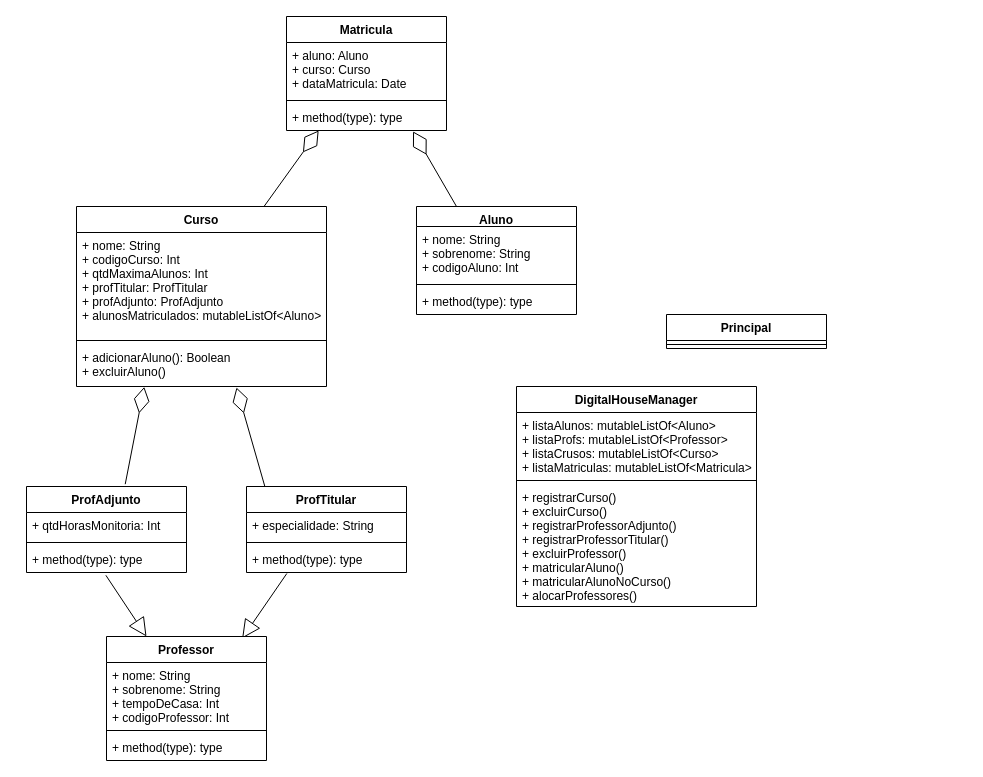
Above: Projeto/UML/UML_ProjetoIntegrador.drawio in angelcomp/Desafio-Integrador-1 (draw.io), before the change. Source tidied: cells renumbered, new cells numbered last; positions are measured from the earlier drawing's top-left corner, leaving out a move shared by most shapes. Both pictures are drawn from the tidied source at 100%, with x=0, y=0 at pixel (26, 16).
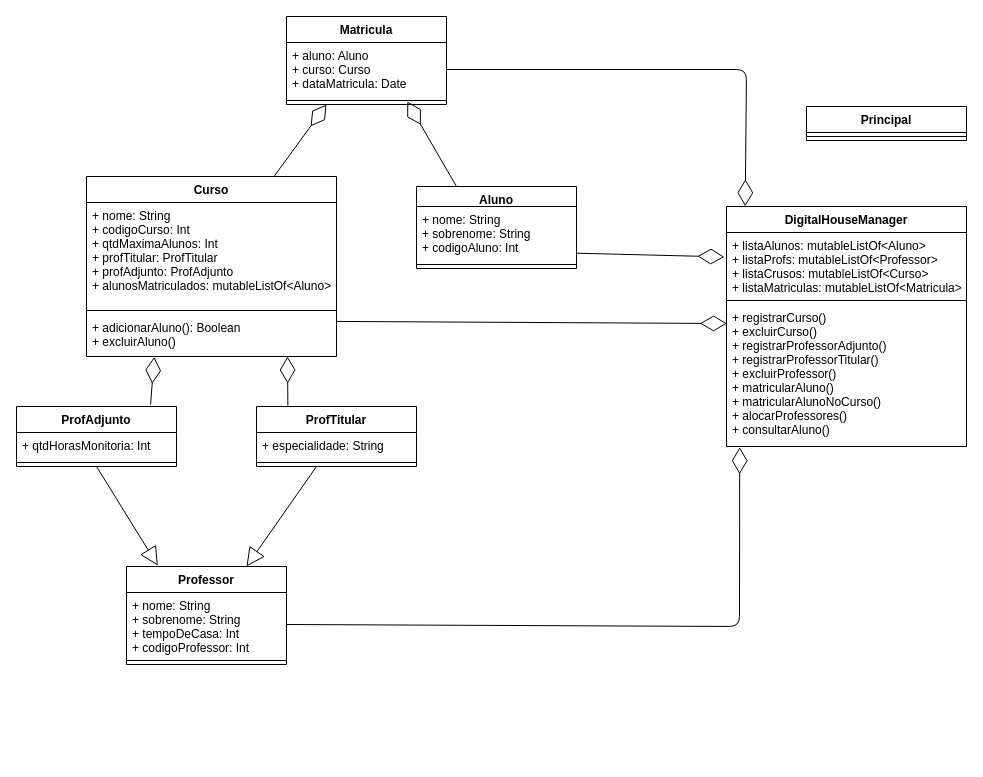
After the change.

Unchanged cells that the change refers to:
```xml
<mxCell id="9" value="+ aluno: Aluno&#10;+ curso: Curso&#10;+ dataMatricula: Date" style="text;strokeColor=none;fillColor=none;align=left;verticalAlign=top;spacingLeft=4;spacingRight=4;overflow=hidden;points=[[0,0.5],[1,0.5]];portConstraint=eastwest;" parent="8" vertex="1">
  <mxGeometry y="26" width="160" height="54" as="geometry" />
</mxCell>
<mxCell id="10" style="line;strokeWidth=1;fillColor=none;align=left;verticalAlign=middle;spacingTop=-1;spacingLeft=3;spacingRight=3;labelPosition=right;points=[];portConstraint=eastwest;" parent="8" vertex="1">
  <mxGeometry y="80" width="160" height="8" as="geometry" />
</mxCell>
<mxCell id="15" value="+ adicionarAluno(): Boolean&#10;+ excluirAluno()" style="text;strokeColor=none;fillColor=none;align=left;verticalAlign=top;spacingLeft=4;spacingRight=4;overflow=hidden;points=[[0,0.5],[1,0.5]];portConstraint=eastwest;" parent="12" vertex="1">
  <mxGeometry y="138" width="250" height="42" as="geometry" />
</mxCell>
<mxCell id="17" value="+ nome: String&#10;+ sobrenome: String&#10;+ codigoAluno: Int" style="text;strokeColor=none;fillColor=none;align=left;verticalAlign=top;spacingLeft=4;spacingRight=4;overflow=hidden;points=[[0,0.5],[1,0.5]];portConstraint=eastwest;" parent="16" vertex="1">
  <mxGeometry y="20" width="160" height="54" as="geometry" />
</mxCell>
<mxCell id="29" value="+ listaAlunos: mutableListOf&lt;Aluno&gt;&#10;+ listaProfs: mutableListOf&lt;Professor&gt;&#10;+ listaCrusos: mutableListOf&lt;Curso&gt;&#10;+ listaMatriculas: mutableListOf&lt;Matricula&gt;" style="text;strokeColor=none;fillColor=none;align=left;verticalAlign=top;spacingLeft=4;spacingRight=4;overflow=hidden;points=[[0,0.5],[1,0.5]];portConstraint=eastwest;" parent="28" vertex="1">
  <mxGeometry y="26" width="240" height="64" as="geometry" />
</mxCell>
<mxCell id="35" value="+ nome: String&#10;+ sobrenome: String&#10;+ tempoDeCasa: Int&#10;+ codigoProfessor: Int" style="text;strokeColor=none;fillColor=none;align=left;verticalAlign=top;spacingLeft=4;spacingRight=4;overflow=hidden;points=[[0,0.5],[1,0.5]];portConstraint=eastwest;" parent="34" vertex="1">
  <mxGeometry y="26" width="160" height="64" as="geometry" />
</mxCell>
```

What changed in the source:
```diff
@@
-    <mxCell id="2" style="endArrow=block;endSize=16;endFill=0;html=1;exitX=0.252;exitY=1.039;exitDx=0;exitDy=0;exitPerimeter=0;entryX=0.848;entryY=0.015;entryDx=0;entryDy=0;entryPerimeter=0;" parent="1" edge="1" source="27" target="34">
-      <mxGeometry relative="1" as="geometry" />
+    <mxCell id="2" style="endArrow=block;endSize=16;endFill=0;html=1;entryX=0.75;entryY=0;entryDx=0;entryDy=0;" parent="1" edge="1" target="34">
+      <mxGeometry relative="1" as="geometry">
+        <mxPoint x="290" y="450" as="sourcePoint" />
+      </mxGeometry>
     </mxCell>
-    <mxCell id="3" style="endArrow=diamondThin;endFill=0;endSize=24;html=1;entryX=0.791;entryY=1.035;entryDx=0;entryDy=0;entryPerimeter=0;exitX=0.25;exitY=0;exitDx=0;exitDy=0;" parent="1" edge="1" source="16" target="11">
+    <mxCell id="3" style="endArrow=diamondThin;endFill=0;endSize=24;html=1;entryX=0.755;entryY=0.625;entryDx=0;entryDy=0;entryPerimeter=0;exitX=0.25;exitY=0;exitDx=0;exitDy=0;" parent="1" edge="1" source="16" target="10">
       <mxGeometry relative="1" as="geometry" />
     </mxCell>
-    <mxCell id="4" style="endArrow=diamondThin;endFill=0;endSize=24;html=1;entryX=0.201;entryY=1;entryDx=0;entryDy=0;entryPerimeter=0;exitX=0.75;exitY=0;exitDx=0;exitDy=0;" parent="1" edge="1" source="12" target="11">
+    <mxCell id="4" style="endArrow=diamondThin;endFill=0;endSize=24;html=1;entryX=0.25;entryY=1;entryDx=0;entryDy=0;exitX=0.75;exitY=0;exitDx=0;exitDy=0;" parent="1" edge="1" source="12" target="8">
       <mxGeometry relative="1" as="geometry" />
     </mxCell>
-    <mxCell id="5" style="endArrow=block;endSize=16;endFill=0;html=1;entryX=0.25;entryY=0;entryDx=0;entryDy=0;exitX=0.496;exitY=1.108;exitDx=0;exitDy=0;exitPerimeter=0;" parent="1" edge="1" source="23" target="34">
+    <mxCell id="5" style="endArrow=block;endSize=16;endFill=0;html=1;entryX=0.196;entryY=-0.009;entryDx=0;entryDy=0;exitX=0.5;exitY=1;exitDx=0;exitDy=0;entryPerimeter=0;" parent="1" edge="1" source="20" target="34">
       <mxGeometry relative="1" as="geometry" />
     </mxCell>
-    <mxCell id="6" style="endArrow=diamondThin;endFill=0;endSize=24;html=1;exitX=0.117;exitY=0.015;exitDx=0;exitDy=0;exitPerimeter=0;" parent="1" edge="1" source="24">
+    <mxCell id="6" style="endArrow=diamondThin;endFill=0;endSize=24;html=1;exitX=0.196;exitY=-0.013;exitDx=0;exitDy=0;exitPerimeter=0;" parent="1" edge="1" source="24">
       <mxGeometry relative="1" as="geometry">
-        <mxPoint x="210" y="371" as="targetPoint" />
+        <mxPoint x="261" y="340" as="targetPoint" />
       </mxGeometry>
     </mxCell>
-    <mxCell id="7" style="endArrow=diamondThin;endFill=0;endSize=24;html=1;entryX=0.271;entryY=1.009;entryDx=0;entryDy=0;entryPerimeter=0;exitX=0.617;exitY=-0.027;exitDx=0;exitDy=0;exitPerimeter=0;" parent="1" edge="1" source="20" target="15">
+    <mxCell id="7" style="endArrow=diamondThin;endFill=0;endSize=24;html=1;entryX=0.271;entryY=1.009;entryDx=0;entryDy=0;entryPerimeter=0;exitX=0.838;exitY=-0.034;exitDx=0;exitDy=0;exitPerimeter=0;" parent="1" edge="1" source="20" target="15">
       <mxGeometry relative="1" as="geometry" />
     </mxCell>
     <mxCell id="8" value="Matricula" style="swimlane;fontStyle=1;align=center;verticalAlign=top;horizontal=1;startSize=26;" parent="1" vertex="1">
-      <mxGeometry x="260" width="160" height="114" as="geometry" />
+      <mxGeometry x="260" width="160" height="88" as="geometry" />
     </mxCell>
@@
-    <mxCell id="11" value="+ method(type): type" style="text;strokeColor=none;fillColor=none;align=left;verticalAlign=top;spacingLeft=4;spacingRight=4;overflow=hidden;points=[[0,0.5],[1,0.5]];portConstraint=eastwest;" parent="8" vertex="1">
-      <mxGeometry y="88" width="160" height="26" as="geometry" />
-    </mxCell>
+    <mxCell id="38" style="endArrow=diamondThin;endFill=0;endSize=24;html=1;entryX=0.078;entryY=-0.001;entryDx=0;entryDy=0;entryPerimeter=0;exitX=1;exitY=0.5;exitDx=0;exitDy=0;" parent="1" edge="1" source="9" target="28">
+      <mxGeometry relative="1" as="geometry">
+        <Array as="points">
+          <mxPoint x="720" y="53" />
+        </Array>
+      </mxGeometry>
+    </mxCell>
+    <mxCell id="39" style="endArrow=diamondThin;endFill=0;endSize=24;html=1;entryX=-0.009;entryY=0.381;entryDx=0;entryDy=0;entryPerimeter=0;exitX=1.003;exitY=0.865;exitDx=0;exitDy=0;exitPerimeter=0;" parent="1" edge="1" source="17" target="29">
+      <mxGeometry relative="1" as="geometry" />
+    </mxCell>
+    <mxCell id="40" style="endArrow=diamondThin;endFill=0;endSize=24;html=1;entryX=0.002;entryY=0.134;entryDx=0;entryDy=0;entryPerimeter=0;exitX=1.002;exitY=0.165;exitDx=0;exitDy=0;exitPerimeter=0;" parent="1" edge="1" source="15" target="31">
+      <mxGeometry relative="1" as="geometry" />
+    </mxCell>
+    <mxCell id="41" style="endArrow=diamondThin;endFill=0;endSize=24;html=1;entryX=0.055;entryY=1.005;entryDx=0;entryDy=0;entryPerimeter=0;exitX=1;exitY=0.5;exitDx=0;exitDy=0;" parent="1" edge="1" source="35" target="31">
+      <mxGeometry relative="1" as="geometry">
+        <Array as="points">
+          <mxPoint x="713" y="610" />
+        </Array>
+      </mxGeometry>
+    </mxCell>
     <mxCell id="12" value="Curso" style="swimlane;fontStyle=1;align=center;verticalAlign=top;horizontal=1;startSize=26;" parent="1" vertex="1">
-      <mxGeometry x="50" y="190" width="250" height="180" as="geometry" />
+      <mxGeometry x="60" y="160" width="250" height="180" as="geometry" />
     </mxCell>
@@
     <mxCell id="16" value="Aluno" style="swimlane;fontStyle=1;align=center;verticalAlign=top;horizontal=1;startSize=20;" parent="1" vertex="1">
-      <mxGeometry x="390" y="190" width="160" height="108" as="geometry" />
+      <mxGeometry x="390" y="170" width="160" height="82" as="geometry" />
     </mxCell>
@@
-    <mxCell id="19" value="+ method(type): type" style="text;strokeColor=none;fillColor=none;align=left;verticalAlign=top;spacingLeft=4;spacingRight=4;overflow=hidden;" parent="16" vertex="1">
-      <mxGeometry y="82" width="160" height="26" as="geometry" />
-    </mxCell>
-    <mxCell id="20" value="ProfAdjunto" style="swimlane;fontStyle=1;align=center;verticalAlign=top;horizontal=1;startSize=26;" parent="1" vertex="1">
-      <mxGeometry y="470" width="160" height="86" as="geometry" />
-    </mxCell>
-    <mxCell id="21" value="+ qtdHorasMonitoria: Int" style="text;strokeColor=none;fillColor=none;align=left;verticalAlign=top;spacingLeft=4;spacingRight=4;overflow=hidden;" parent="20" vertex="1">
-      <mxGeometry y="26" width="160" height="26" as="geometry" />
-    </mxCell>
-    <mxCell id="22" style="line;strokeWidth=1;fillColor=none;align=left;verticalAlign=middle;spacingTop=-1;spacingLeft=3;spacingRight=3;labelPosition=right;" parent="20" vertex="1">
-      <mxGeometry y="52" width="160" height="8" as="geometry" />
-    </mxCell>
-    <mxCell id="23" value="+ method(type): type" style="text;strokeColor=none;fillColor=none;align=left;verticalAlign=top;spacingLeft=4;spacingRight=4;overflow=hidden;points=[[0,0.5],[1,0.5]];portConstraint=eastwest;" parent="20" vertex="1">
-      <mxGeometry y="60" width="160" height="26" as="geometry" />
-    </mxCell>
-    <mxCell id="24" value="ProfTitular" style="swimlane;fontStyle=1;align=center;verticalAlign=top;horizontal=1;startSize=26;" parent="1" vertex="1">
-      <mxGeometry x="220" y="470" width="160" height="86" as="geometry" />
-    </mxCell>
-    <mxCell id="25" value="+ especialidade: String" style="text;strokeColor=none;fillColor=none;align=left;verticalAlign=top;spacingLeft=4;spacingRight=4;overflow=hidden;" parent="24" vertex="1">
-      <mxGeometry y="26" width="160" height="26" as="geometry" />
-    </mxCell>
-    <mxCell id="26" style="line;strokeWidth=1;fillColor=none;align=left;verticalAlign=middle;spacingTop=-1;spacingLeft=3;spacingRight=3;labelPosition=right;" parent="24" vertex="1">
-      <mxGeometry y="52" width="160" height="8" as="geometry" />
-    </mxCell>
-    <mxCell id="27" value="+ method(type): type" style="text;strokeColor=none;fillColor=none;align=left;verticalAlign=top;spacingLeft=4;spacingRight=4;overflow=hidden;points=[[0,0.5],[1,0.5]];portConstraint=eastwest;" parent="24" vertex="1">
-      <mxGeometry y="60" width="160" height="26" as="geometry" />
-    </mxCell>
     <mxCell id="28" value="DigitalHouseManager" style="swimlane;fontStyle=1;align=center;verticalAlign=top;horizontal=1;startSize=26;" parent="1" vertex="1">
-      <mxGeometry x="490" y="370" width="240" height="220" as="geometry" />
+      <mxGeometry x="700" y="190" width="240" height="240" as="geometry" />
     </mxCell>
@@
-    <mxCell id="31" value="+ registrarCurso()&#10;+ excluirCurso()&#10;+ registrarProfessorAdjunto()&#10;+ registrarProfessorTitular()&#10;+ excluirProfessor()&#10;+ matricularAluno()&#10;+ matricularAlunoNoCurso()&#10;+ alocarProfessores()" style="text;strokeColor=none;fillColor=none;align=left;verticalAlign=top;spacingLeft=4;spacingRight=4;overflow=hidden;points=[[0,0.5],[1,0.5]];portConstraint=eastwest;" parent="28" vertex="1">
-      <mxGeometry y="98" width="240" height="122" as="geometry" />
+    <mxCell id="31" value="+ registrarCurso()&#10;+ excluirCurso()&#10;+ registrarProfessorAdjunto()&#10;+ registrarProfessorTitular()&#10;+ excluirProfessor()&#10;+ matricularAluno()&#10;+ matricularAlunoNoCurso()&#10;+ alocarProfessores()&#10;+ consultarAluno()" style="text;strokeColor=none;fillColor=none;align=left;verticalAlign=top;spacingLeft=4;spacingRight=4;overflow=hidden;points=[[0,0.5],[1,0.5]];portConstraint=eastwest;" parent="28" vertex="1">
+      <mxGeometry y="98" width="240" height="142" as="geometry" />
     </mxCell>
-    <mxCell id="32" value="Principal" style="swimlane;fontStyle=1;align=center;verticalAlign=top;horizontal=1;startSize=26;" parent="1" vertex="1">
-      <mxGeometry x="640" y="298" width="160" height="34" as="geometry" />
-    </mxCell>
-    <mxCell id="33" style="line;strokeWidth=1;fillColor=none;align=left;verticalAlign=middle;spacingTop=-1;spacingLeft=3;spacingRight=3;labelPosition=right;" parent="32" vertex="1">
-      <mxGeometry y="26" width="160" height="8" as="geometry" />
-    </mxCell>
+    <mxCell id="20" value="ProfAdjunto" style="swimlane;fontStyle=1;align=center;verticalAlign=top;horizontal=1;startSize=26;" parent="1" vertex="1">
+      <mxGeometry x="-10" y="390" width="160" height="60" as="geometry" />
+    </mxCell>
+    <mxCell id="21" value="+ qtdHorasMonitoria: Int" style="text;strokeColor=none;fillColor=none;align=left;verticalAlign=top;spacingLeft=4;spacingRight=4;overflow=hidden;" parent="20" vertex="1">
+      <mxGeometry y="26" width="160" height="26" as="geometry" />
+    </mxCell>
+    <mxCell id="22" style="line;strokeWidth=1;fillColor=none;align=left;verticalAlign=middle;spacingTop=-1;spacingLeft=3;spacingRight=3;labelPosition=right;" parent="20" vertex="1">
+      <mxGeometry y="52" width="160" height="8" as="geometry" />
+    </mxCell>
+    <mxCell id="24" value="ProfTitular" style="swimlane;fontStyle=1;align=center;verticalAlign=top;horizontal=1;startSize=26;" parent="1" vertex="1">
+      <mxGeometry x="230" y="390" width="160" height="60" as="geometry" />
+    </mxCell>
+    <mxCell id="25" value="+ especialidade: String" style="text;strokeColor=none;fillColor=none;align=left;verticalAlign=top;spacingLeft=4;spacingRight=4;overflow=hidden;" parent="24" vertex="1">
+      <mxGeometry y="26" width="160" height="26" as="geometry" />
+    </mxCell>
+    <mxCell id="26" style="line;strokeWidth=1;fillColor=none;align=left;verticalAlign=middle;spacingTop=-1;spacingLeft=3;spacingRight=3;labelPosition=right;" parent="24" vertex="1">
+      <mxGeometry y="52" width="160" height="8" as="geometry" />
+    </mxCell>
     <mxCell id="34" value="Professor" style="swimlane;fontStyle=1;align=center;verticalAlign=top;horizontal=1;startSize=26;" parent="1" vertex="1">
-      <mxGeometry x="80" y="620" width="160" height="124" as="geometry" />
+      <mxGeometry x="100" y="550" width="160" height="98" as="geometry" />
     </mxCell>
@@
-    <mxCell id="37" value="+ method(type): type" style="text;strokeColor=none;fillColor=none;align=left;verticalAlign=top;spacingLeft=4;spacingRight=4;overflow=hidden;" parent="34" vertex="1">
-      <mxGeometry y="98" width="160" height="26" as="geometry" />
-    </mxCell>
+    <mxCell id="32" value="Principal" style="swimlane;fontStyle=1;align=center;verticalAlign=top;horizontal=1;startSize=26;" parent="1" vertex="1">
+      <mxGeometry x="780" y="90" width="160" height="34" as="geometry" />
+    </mxCell>
+    <mxCell id="33" style="line;strokeWidth=1;fillColor=none;align=left;verticalAlign=middle;spacingTop=-1;spacingLeft=3;spacingRight=3;labelPosition=right;" parent="32" vertex="1">
+      <mxGeometry y="26" width="160" height="8" as="geometry" />
+    </mxCell>
```
